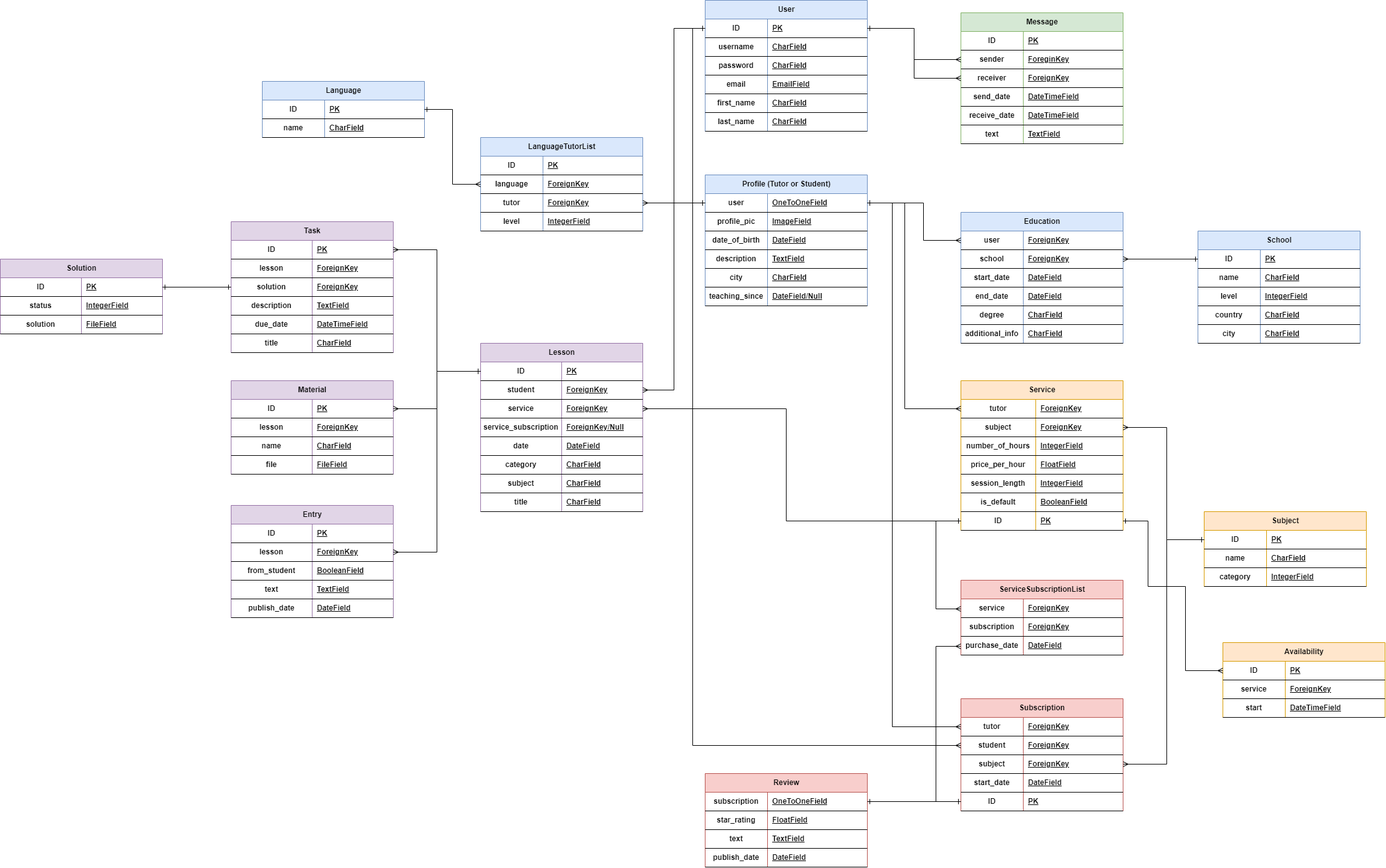
This is docs/db-diagram.png from maciej185/tutoring-app, a draw.io export, as it was before one commit. Source tidied: cells renumbered, new cells last; positions are measured from the earlier drawing's top-left corner, leaving out a move shared by most shapes.
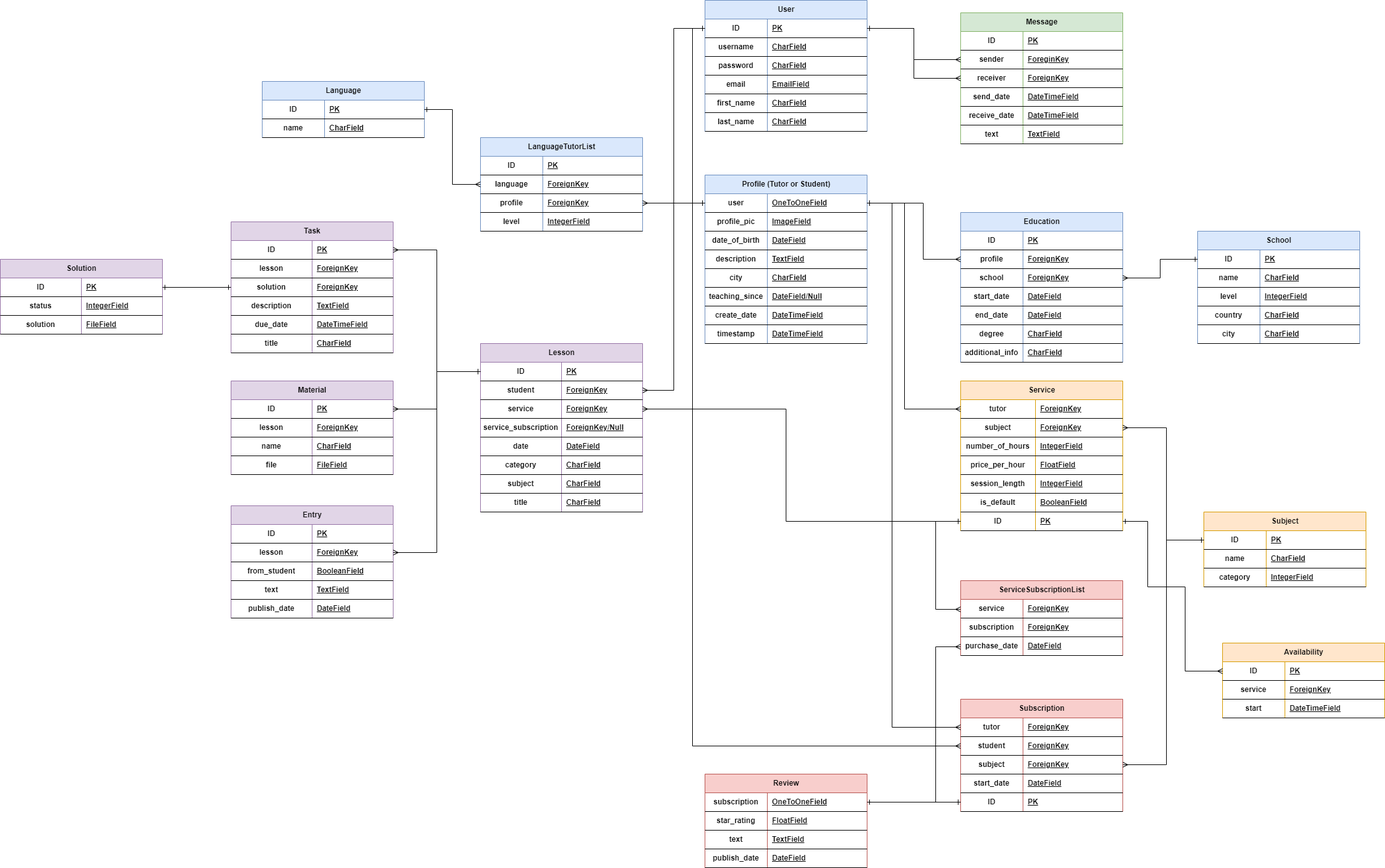
Above is the later version.

The edit, as a diff of the source:
```diff
@@ -108,7 +108,7 @@
       <mxGeometry x="100" width="160" height="30" as="geometry" />
     </mxCell>
     <mxCell id="37" value="Profile (Tutor or Student)" style="shape=table;startSize=30;rowLines=0;fontStyle=1;align=center;html=1;fillColor=#dae8fc;strokeColor=#6c8ebf;" parent="1" vertex="1">
-      <mxGeometry x="1130" y="280" width="260" height="210" as="geometry" />
+      <mxGeometry x="1130" y="280" width="260" height="270" as="geometry" />
     </mxCell>
     <mxCell id="38" style="shape=tableRow;horizontal=0;startSize=0;swimlaneHead=0;swimlaneBody=0;fillColor=none;points=[[0,0.5],[1,0.5]];portConstraint=eastwest;top=0;left=0;right=0;bottom=1;" parent="37" vertex="1">
       <mxGeometry y="30" width="260" height="30" as="geometry" />
@@ -164,23 +164,50 @@
     <mxCell id="55" value="DateField/Null" style="shape=partialRectangle;fillColor=none;top=0;left=0;bottom=0;right=0;align=left;spacingLeft=6;fontStyle=5;overflow=hidden;whiteSpace=wrap;html=1;" parent="53" vertex="1">
       <mxGeometry x="100" width="160" height="30" as="geometry" />
     </mxCell>
+    <mxCell id="300" style="shape=tableRow;horizontal=0;startSize=0;swimlaneHead=0;swimlaneBody=0;fillColor=none;top=0;left=0;right=0;bottom=1;" parent="37" vertex="1">
+      <mxGeometry y="210" width="260" height="30" as="geometry" />
+    </mxCell>
+    <mxCell id="301" value="create_date" style="shape=partialRectangle;fillColor=none;top=0;left=0;bottom=0;right=0;fontStyle=1;overflow=hidden;whiteSpace=wrap;html=1;" parent="300" vertex="1">
+      <mxGeometry width="100" height="30" as="geometry" />
+    </mxCell>
+    <mxCell id="302" value="DateTimeField" style="shape=partialRectangle;fillColor=none;top=0;left=0;bottom=0;right=0;align=left;spacingLeft=6;fontStyle=5;overflow=hidden;whiteSpace=wrap;html=1;" parent="300" vertex="1">
+      <mxGeometry x="100" width="160" height="30" as="geometry" />
+    </mxCell>
+    <mxCell id="303" style="shape=tableRow;horizontal=0;startSize=0;swimlaneHead=0;swimlaneBody=0;fillColor=none;top=0;left=0;right=0;bottom=1;" parent="37" vertex="1">
+      <mxGeometry y="240" width="260" height="30" as="geometry" />
+    </mxCell>
+    <mxCell id="304" value="timestamp" style="shape=partialRectangle;fillColor=none;top=0;left=0;bottom=0;right=0;fontStyle=1;overflow=hidden;whiteSpace=wrap;html=1;" parent="303" vertex="1">
+      <mxGeometry width="100" height="30" as="geometry" />
+    </mxCell>
+    <mxCell id="305" value="DateTimeField" style="shape=partialRectangle;fillColor=none;top=0;left=0;bottom=0;right=0;align=left;spacingLeft=6;fontStyle=5;overflow=hidden;whiteSpace=wrap;html=1;" parent="303" vertex="1">
+      <mxGeometry x="100" width="160" height="30" as="geometry" />
+    </mxCell>
     <mxCell id="56" style="edgeStyle=orthogonalEdgeStyle;rounded=0;jettySize=auto;html=1;exitX=0;exitY=0.5;exitDx=0;exitDy=0;entryX=0;entryY=0.5;entryDx=0;entryDy=0;startArrow=ERone;startFill=0;endArrow=ERone;endFill=0;" parent="1" edge="1" source="3" target="38">
       <mxGeometry relative="1" as="geometry" />
     </mxCell>
     <mxCell id="57" value="Education" style="shape=table;startSize=30;rowLines=0;fontStyle=1;align=center;html=1;fillColor=#dae8fc;strokeColor=#6c8ebf;" parent="1" vertex="1">
-      <mxGeometry x="1540" y="340" width="260" height="210" as="geometry" />
+      <mxGeometry x="1540" y="340" width="260" height="240" as="geometry" />
     </mxCell>
+    <mxCell id="306" style="shape=tableRow;horizontal=0;startSize=0;swimlaneHead=0;swimlaneBody=0;fillColor=none;top=0;left=0;right=0;bottom=1;" parent="57" vertex="1">
+      <mxGeometry y="30" width="260" height="30" as="geometry" />
+    </mxCell>
+    <mxCell id="307" value="ID" style="shape=partialRectangle;fillColor=none;top=0;left=0;bottom=0;right=0;fontStyle=1;overflow=hidden;whiteSpace=wrap;html=1;" parent="306" vertex="1">
+      <mxGeometry width="100" height="30" as="geometry" />
+    </mxCell>
+    <mxCell id="308" value="PK" style="shape=partialRectangle;fillColor=none;top=0;left=0;bottom=0;right=0;align=left;spacingLeft=6;fontStyle=5;overflow=hidden;whiteSpace=wrap;html=1;" parent="306" vertex="1">
+      <mxGeometry x="100" width="160" height="30" as="geometry" />
+    </mxCell>
     <mxCell id="58" style="shape=tableRow;horizontal=0;startSize=0;swimlaneHead=0;swimlaneBody=0;fillColor=none;points=[[0,0.5],[1,0.5]];portConstraint=eastwest;top=0;left=0;right=0;bottom=1;" parent="57" vertex="1">
-      <mxGeometry y="30" width="260" height="30" as="geometry" />
+      <mxGeometry y="60" width="260" height="30" as="geometry" />
     </mxCell>
-    <mxCell id="59" value="user" style="shape=partialRectangle;fillColor=none;top=0;left=0;bottom=0;right=0;fontStyle=1;overflow=hidden;whiteSpace=wrap;html=1;" parent="58" vertex="1">
+    <mxCell id="59" value="profile" style="shape=partialRectangle;fillColor=none;top=0;left=0;bottom=0;right=0;fontStyle=1;overflow=hidden;whiteSpace=wrap;html=1;" parent="58" vertex="1">
       <mxGeometry width="100" height="30" as="geometry" />
     </mxCell>
     <mxCell id="60" value="ForeignKey" style="shape=partialRectangle;fillColor=none;top=0;left=0;bottom=0;right=0;align=left;spacingLeft=6;fontStyle=5;overflow=hidden;whiteSpace=wrap;html=1;" parent="58" vertex="1">
       <mxGeometry x="100" width="160" height="30" as="geometry" />
     </mxCell>
     <mxCell id="61" style="shape=tableRow;horizontal=0;startSize=0;swimlaneHead=0;swimlaneBody=0;fillColor=none;points=[[0,0.5],[1,0.5]];portConstraint=eastwest;top=0;left=0;right=0;bottom=1;" parent="57" vertex="1">
-      <mxGeometry y="60" width="260" height="30" as="geometry" />
+      <mxGeometry y="90" width="260" height="30" as="geometry" />
     </mxCell>
     <mxCell id="62" value="school" style="shape=partialRectangle;fillColor=none;top=0;left=0;bottom=0;right=0;fontStyle=1;overflow=hidden;whiteSpace=wrap;html=1;" parent="61" vertex="1">
       <mxGeometry width="100" height="30" as="geometry" />
@@ -189,7 +216,7 @@
       <mxGeometry x="100" width="160" height="30" as="geometry" />
     </mxCell>
     <mxCell id="64" style="shape=tableRow;horizontal=0;startSize=0;swimlaneHead=0;swimlaneBody=0;fillColor=none;top=0;left=0;right=0;bottom=1;" parent="57" vertex="1">
-      <mxGeometry y="90" width="260" height="30" as="geometry" />
+      <mxGeometry y="120" width="260" height="30" as="geometry" />
     </mxCell>
     <mxCell id="65" value="start_date" style="shape=partialRectangle;fillColor=none;top=0;left=0;bottom=0;right=0;fontStyle=1;overflow=hidden;whiteSpace=wrap;html=1;" parent="64" vertex="1">
       <mxGeometry width="100" height="30" as="geometry" />
@@ -198,7 +225,7 @@
       <mxGeometry x="100" width="160" height="30" as="geometry" />
     </mxCell>
     <mxCell id="67" style="shape=tableRow;horizontal=0;startSize=0;swimlaneHead=0;swimlaneBody=0;fillColor=none;top=0;left=0;right=0;bottom=1;" parent="57" vertex="1">
-      <mxGeometry y="120" width="260" height="30" as="geometry" />
+      <mxGeometry y="150" width="260" height="30" as="geometry" />
     </mxCell>
     <mxCell id="68" value="end_date" style="shape=partialRectangle;fillColor=none;top=0;left=0;bottom=0;right=0;fontStyle=1;overflow=hidden;whiteSpace=wrap;html=1;" parent="67" vertex="1">
       <mxGeometry width="100" height="30" as="geometry" />
@@ -207,7 +234,7 @@
       <mxGeometry x="100" width="160" height="30" as="geometry" />
     </mxCell>
     <mxCell id="70" style="shape=tableRow;horizontal=0;startSize=0;swimlaneHead=0;swimlaneBody=0;fillColor=none;top=0;left=0;right=0;bottom=1;" parent="57" vertex="1">
-      <mxGeometry y="150" width="260" height="30" as="geometry" />
+      <mxGeometry y="180" width="260" height="30" as="geometry" />
     </mxCell>
     <mxCell id="71" value="degree" style="shape=partialRectangle;fillColor=none;top=0;left=0;bottom=0;right=0;fontStyle=1;overflow=hidden;whiteSpace=wrap;html=1;" parent="70" vertex="1">
       <mxGeometry width="100" height="30" as="geometry" />
@@ -216,7 +243,7 @@
       <mxGeometry x="100" width="160" height="30" as="geometry" />
     </mxCell>
     <mxCell id="73" style="shape=tableRow;horizontal=0;startSize=0;swimlaneHead=0;swimlaneBody=0;fillColor=none;top=0;left=0;right=0;bottom=1;" parent="57" vertex="1">
-      <mxGeometry y="180" width="260" height="30" as="geometry" />
+      <mxGeometry y="210" width="260" height="30" as="geometry" />
     </mxCell>
     <mxCell id="74" value="additional_info" style="shape=partialRectangle;fillColor=none;top=0;left=0;bottom=0;right=0;fontStyle=1;overflow=hidden;whiteSpace=wrap;html=1;" parent="73" vertex="1">
       <mxGeometry width="100" height="30" as="geometry" />
@@ -228,7 +255,7 @@
       <mxGeometry relative="1" as="geometry">
         <Array as="points">
           <mxPoint x="1480" y="325" />
-          <mxPoint x="1480" y="385" />
+          <mxPoint x="1480" y="415" />
         </Array>
       </mxGeometry>
     </mxCell>
@@ -892,7 +919,7 @@
     <mxCell id="281" style="shape=tableRow;horizontal=0;startSize=0;swimlaneHead=0;swimlaneBody=0;fillColor=none;points=[[0,0.5],[1,0.5]];portConstraint=eastwest;top=0;left=0;right=0;bottom=1;" parent="274" vertex="1">
       <mxGeometry y="90" width="260" height="30" as="geometry" />
     </mxCell>
-    <mxCell id="282" value="tutor" style="shape=partialRectangle;fillColor=none;top=0;left=0;bottom=0;right=0;fontStyle=1;overflow=hidden;whiteSpace=wrap;html=1;" parent="281" vertex="1">
+    <mxCell id="282" value="profile" style="shape=partialRectangle;fillColor=none;top=0;left=0;bottom=0;right=0;fontStyle=1;overflow=hidden;whiteSpace=wrap;html=1;" parent="281" vertex="1">
       <mxGeometry width="100" height="30" as="geometry" />
     </mxCell>
     <mxCell id="283" value="ForeignKey" style="shape=partialRectangle;fillColor=none;top=0;left=0;bottom=0;right=0;align=left;spacingLeft=6;fontStyle=5;overflow=hidden;whiteSpace=wrap;html=1;" parent="281" vertex="1">
```
